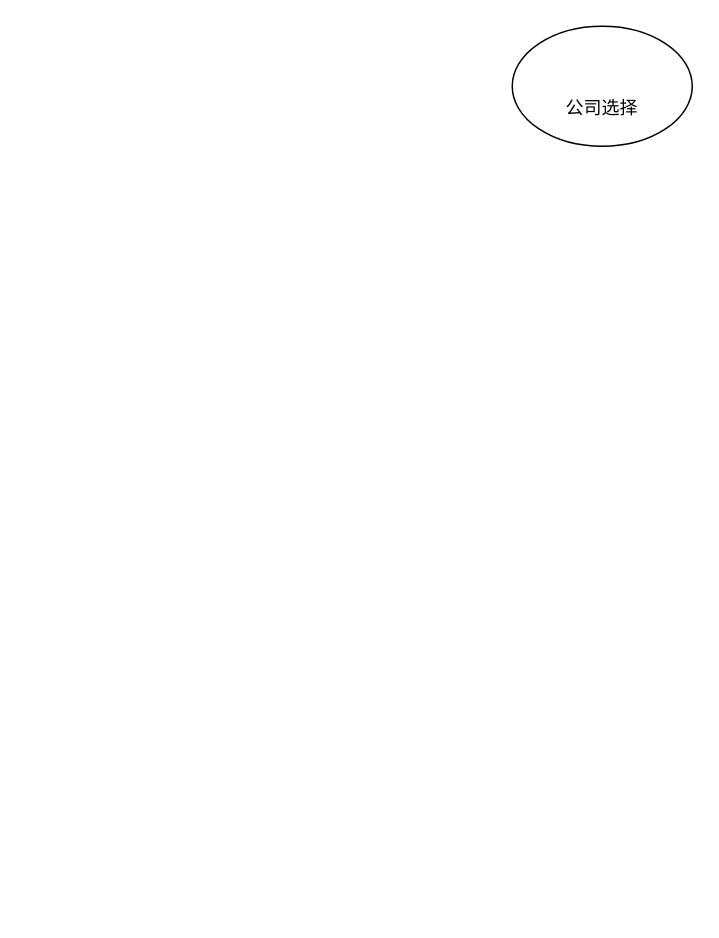
Before: page "操作流程" (2 of 2) of Monopoly Game Rules/1.drawio in xiaochu070202/game_relu, a draw.io diagram. Source tidied: cells renumbered, new cells numbered last; positions are measured from the earlier drawing's top-left corner, leaving out a move shared by most shapes. Both pictures are drawn from the tidied source at 150%, with x=0, y=0 at pixel (512, 26).
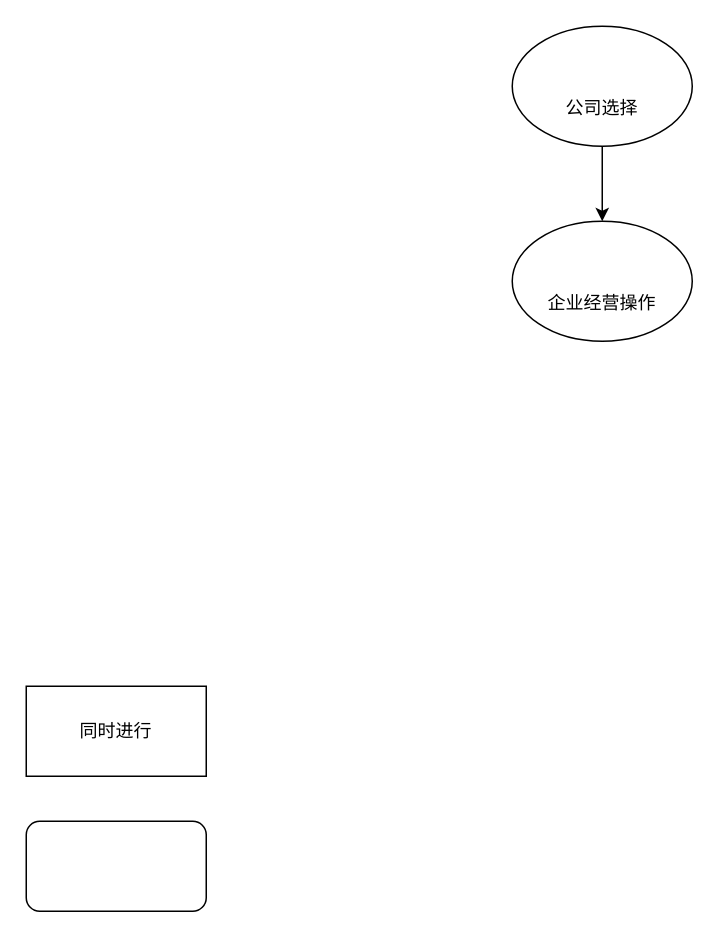
The same diagram, later.

Diff of the diagram source:
```diff
@@
 <mxGraphModel>
   <root>
     <mxCell id="0" />
     <mxCell id="1" parent="0" />
+    <mxCell id="3" style="edgeStyle=orthogonalEdgeStyle;rounded=0;jettySize=auto;html=1;" parent="1" edge="1" source="2" target="6">
+      <mxGeometry relative="1" as="geometry" />
+    </mxCell>
     <mxCell id="2" value="&lt;div&gt;&lt;br&gt;&lt;/div&gt;&lt;div&gt;&lt;br&gt;&lt;/div&gt;&lt;div&gt;公司选择&lt;/div&gt;" style="ellipse;whiteSpace=wrap;html=1;shapeInside=1;" parent="1" vertex="1">
       <mxGeometry width="120" height="80" as="geometry" />
     </mxCell>
+    <mxCell id="4" value="同时进行" style="rounded=0;whiteSpace=wrap;html=1;" parent="1" vertex="1">
+      <mxGeometry x="-324" y="440" width="120" height="60" as="geometry" />
+    </mxCell>
+    <mxCell id="5" style="rounded=1;whiteSpace=wrap;html=1;roundedPerimeter=1;" parent="1" vertex="1">
+      <mxGeometry x="-324" y="530" width="120" height="60" as="geometry" />
+    </mxCell>
+    <mxCell id="6" value="&lt;div&gt;&lt;br&gt;&lt;/div&gt;&lt;div&gt;&lt;br&gt;&lt;/div&gt;&lt;div&gt;企业经营操作&lt;/div&gt;" style="ellipse;whiteSpace=wrap;html=1;shapeInside=1;" parent="1" vertex="1">
+      <mxGeometry y="130" width="120" height="80" as="geometry" />
+    </mxCell>
   </root>
 </mxGraphModel>
```
